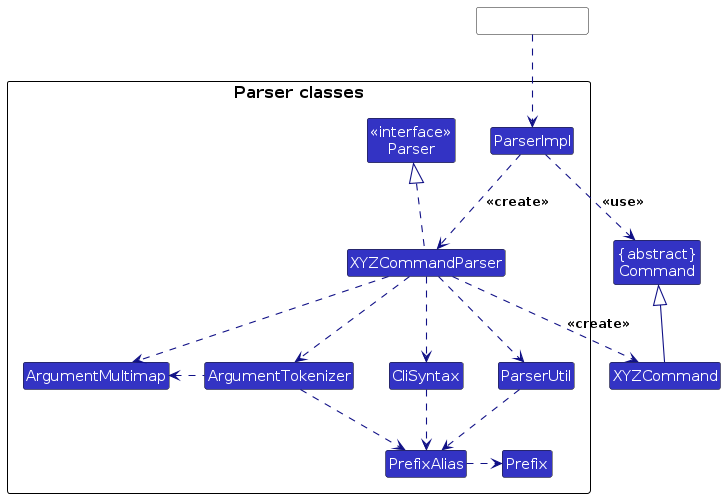
Before: diagrams/ParserClasses.png, a diagram exported from PlantUML (AY2425S2-CS2103-F08-4/tp). Its source is kept beside it as diagrams/ParserClasses.puml.
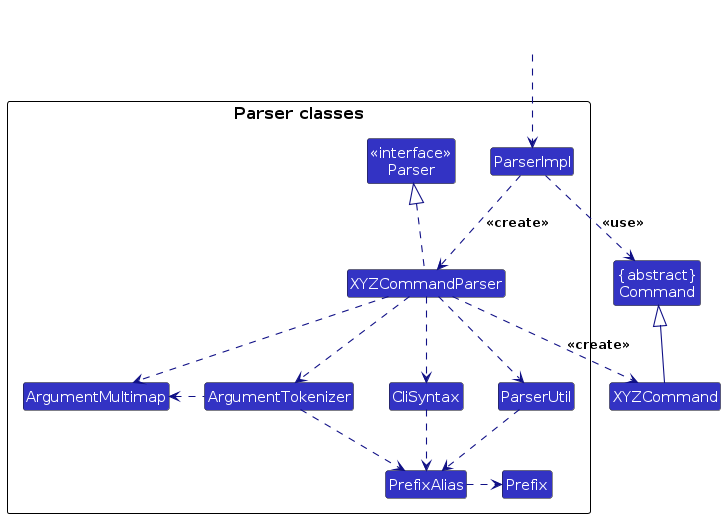
After the commit.

The edit, as a diff of the source:
```diff
@@ -20,7 +20,7 @@
 class Prefix
 }
 
-Class HiddenOutside #FFFFFF
+Cloud HiddenOutside #FFFFFF
 HiddenOutside ..> ParserImpl
 
 ParserImpl .down.> XYZCommandParser: <<create>>
```
